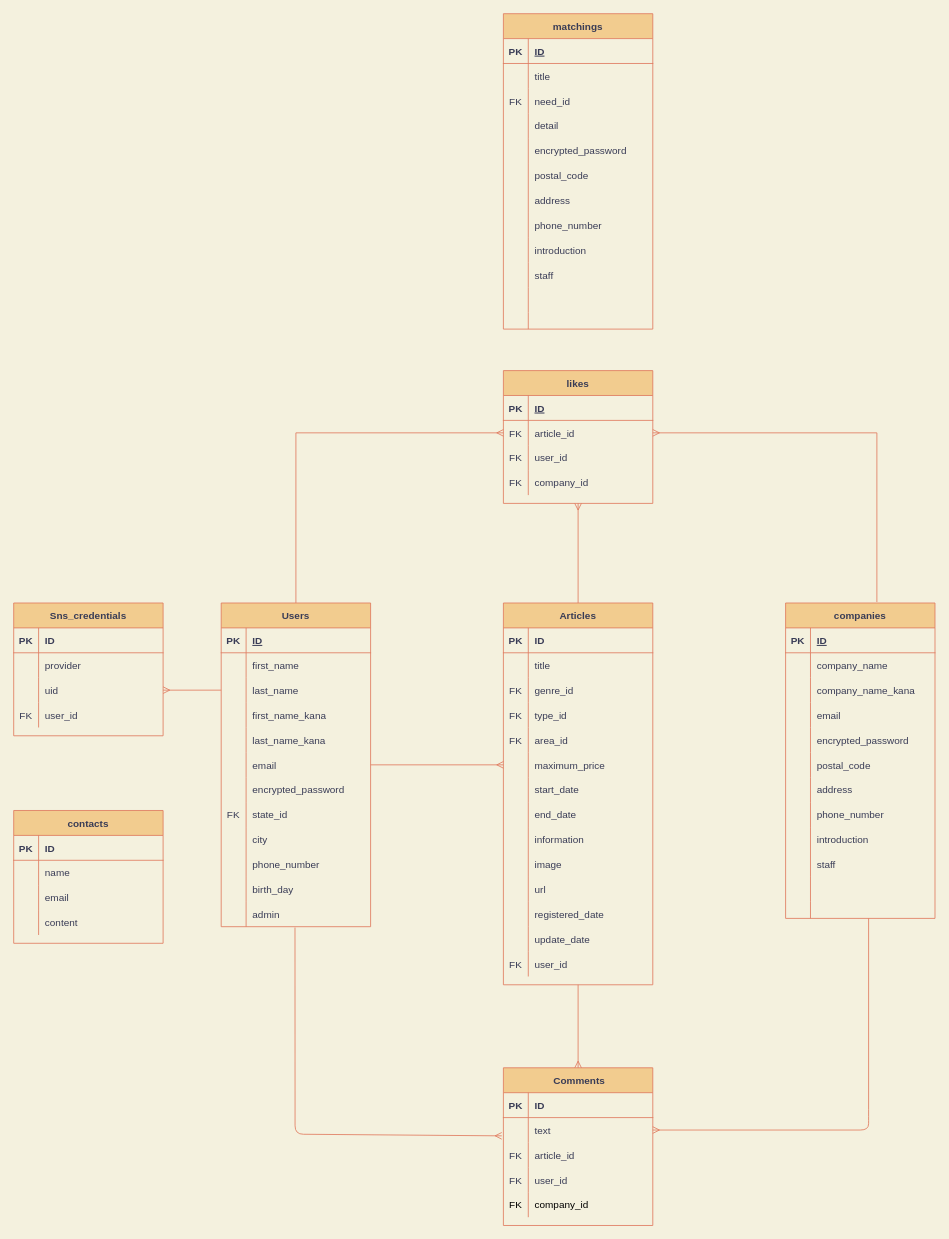
Before: assist.dio in daichi1002/assist, a draw.io diagram. Source tidied: cells renumbered, new cells numbered last; positions are measured from the earlier drawing's top-left corner, leaving out a move shared by most shapes. Both pictures are drawn from the tidied source at 83%, with x=0, y=0 at pixel (13, 13).
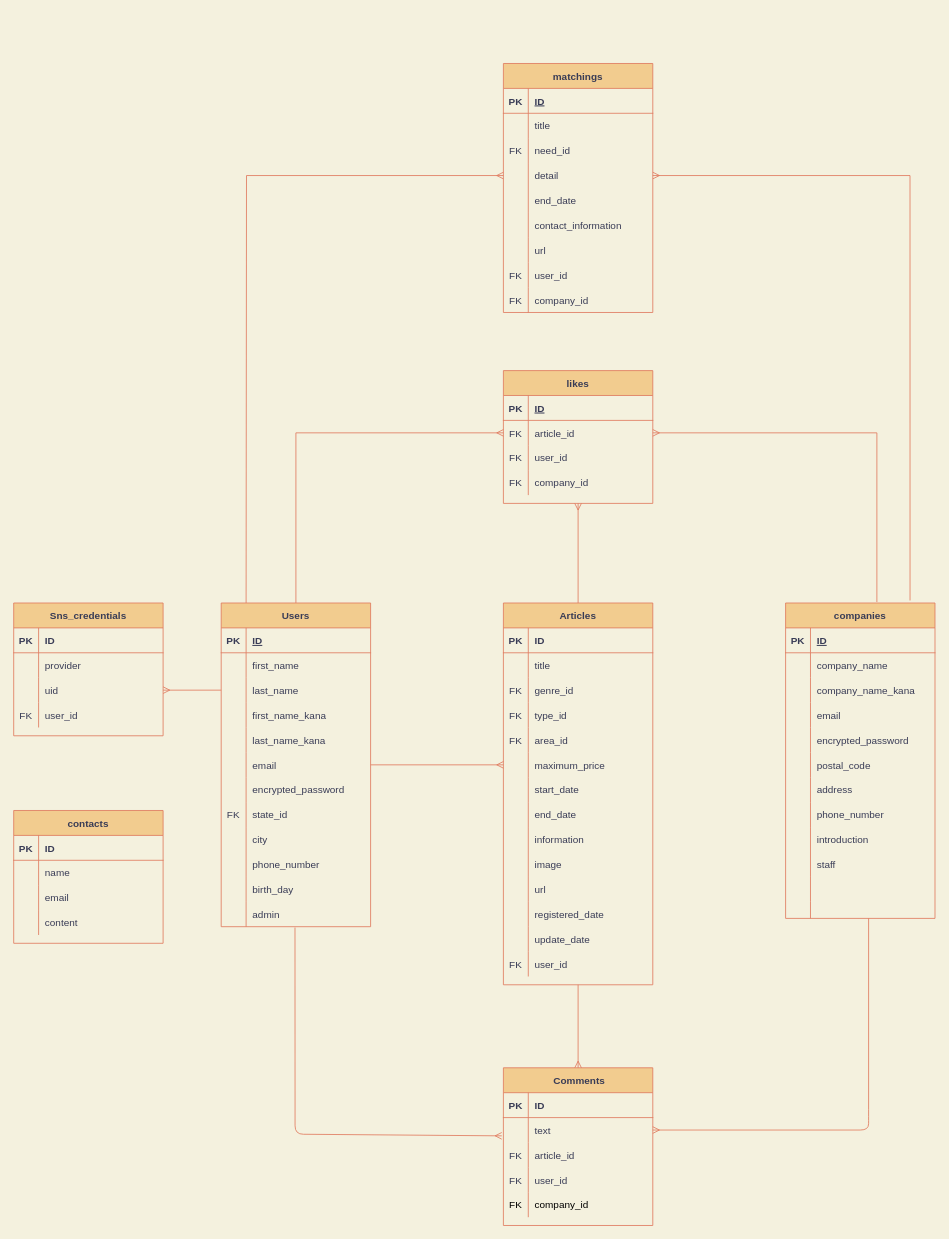
Above is the later version.

Unchanged cells that the change refers to:
```xml
<mxCell id="143" value="companies" style="shape=table;startSize=30;childLayout=tableLayout;rowLines=0;fontStyle=1;align=center;fillColor=#F2CC8F;strokeColor=#E07A5F;fontColor=#393C56;" parent="1" vertex="1">
  <mxGeometry x="930" y="710" width="180" height="380" as="geometry" />
</mxCell>
<mxCell id="192" style="shape=partialRectangle;fillColor=none;top=0;left=0;bottom=0;right=0;points=[[0,0.5],[1,0.5]];portConstraint=eastwest;strokeColor=#E07A5F;fontColor=#393C56;" parent="182" vertex="1">
  <mxGeometry y="120" width="180" height="30" as="geometry" />
</mxCell>
<mxCell id="195" style="shape=partialRectangle;fillColor=none;top=0;left=0;bottom=0;right=0;strokeColor=#E07A5F;fontColor=#393C56;" parent="182" vertex="1">
  <mxGeometry y="150" width="180" height="30" as="geometry" />
</mxCell>
<mxCell id="198" style="shape=partialRectangle;fillColor=none;top=0;left=0;bottom=0;right=0;strokeColor=#E07A5F;fontColor=#393C56;" parent="182" vertex="1">
  <mxGeometry y="180" width="180" height="30" as="geometry" />
</mxCell>
<mxCell id="201" style="shape=partialRectangle;fillColor=none;top=0;left=0;bottom=0;right=0;strokeColor=#E07A5F;fontColor=#393C56;" parent="182" vertex="1">
  <mxGeometry y="210" width="180" height="30" as="geometry" />
</mxCell>
<mxCell id="204" style="shape=partialRectangle;fillColor=none;top=0;left=0;bottom=0;right=0;strokeColor=#E07A5F;fontColor=#393C56;" parent="182" vertex="1">
  <mxGeometry y="240" width="180" height="30" as="geometry" />
</mxCell>
<mxCell id="207" style="shape=partialRectangle;fillColor=none;top=0;left=0;bottom=0;right=0;strokeColor=#E07A5F;fontColor=#393C56;" parent="182" vertex="1">
  <mxGeometry y="270" width="180" height="30" as="geometry" />
</mxCell>
```

The edit, as a diff of the source:
```diff
@@
     <mxCell id="182" value="matchings" style="shape=table;startSize=30;childLayout=tableLayout;rowLines=0;fontStyle=1;align=center;fillColor=#F2CC8F;strokeColor=#E07A5F;fontColor=#393C56;" parent="1" vertex="1">
-      <mxGeometry x="590" width="180" height="380" as="geometry" />
+      <mxGeometry x="590" y="60" width="180" height="300" as="geometry" />
     </mxCell>
@@
-    <mxCell id="197" value="encrypted_password" style="shape=partialRectangle;fillColor=none;top=0;left=0;bottom=0;right=0;align=left;spacingLeft=6;overflow=hidden;strokeColor=#E07A5F;fontColor=#393C56;" parent="195" vertex="1">
+    <mxCell id="197" value="end_date" style="shape=partialRectangle;fillColor=none;top=0;left=0;bottom=0;right=0;align=left;spacingLeft=6;overflow=hidden;strokeColor=#E07A5F;fontColor=#393C56;" parent="195" vertex="1">
       <mxGeometry x="30" width="150" height="30" as="geometry" />
     </mxCell>
@@
-    <mxCell id="200" value="postal_code" style="shape=partialRectangle;fillColor=none;top=0;left=0;bottom=0;right=0;align=left;spacingLeft=6;overflow=hidden;strokeColor=#E07A5F;fontColor=#393C56;" parent="198" vertex="1">
+    <mxCell id="200" value="contact_information" style="shape=partialRectangle;fillColor=none;top=0;left=0;bottom=0;right=0;align=left;spacingLeft=6;overflow=hidden;strokeColor=#E07A5F;fontColor=#393C56;" parent="198" vertex="1">
       <mxGeometry x="30" width="150" height="30" as="geometry" />
     </mxCell>
@@
-    <mxCell id="203" value="address" style="shape=partialRectangle;fillColor=none;top=0;left=0;bottom=0;right=0;align=left;spacingLeft=6;overflow=hidden;strokeColor=#E07A5F;fontColor=#393C56;" parent="201" vertex="1">
+    <mxCell id="203" value="url" style="shape=partialRectangle;fillColor=none;top=0;left=0;bottom=0;right=0;align=left;spacingLeft=6;overflow=hidden;strokeColor=#E07A5F;fontColor=#393C56;" parent="201" vertex="1">
       <mxGeometry x="30" width="150" height="30" as="geometry" />
     </mxCell>
@@
-    <mxCell id="205" style="shape=partialRectangle;fillColor=none;top=0;left=0;bottom=0;right=0;overflow=hidden;strokeColor=#E07A5F;fontColor=#393C56;" parent="204" vertex="1">
+    <mxCell id="205" value="FK" style="shape=partialRectangle;fillColor=none;top=0;left=0;bottom=0;right=0;overflow=hidden;strokeColor=#E07A5F;fontColor=#393C56;" parent="204" vertex="1">
       <mxGeometry width="30" height="30" as="geometry" />
     </mxCell>
-    <mxCell id="206" value="phone_number" style="shape=partialRectangle;fillColor=none;top=0;left=0;bottom=0;right=0;align=left;spacingLeft=6;overflow=hidden;strokeColor=#E07A5F;fontColor=#393C56;" parent="204" vertex="1">
+    <mxCell id="206" value="user_id" style="shape=partialRectangle;fillColor=none;top=0;left=0;bottom=0;right=0;align=left;spacingLeft=6;overflow=hidden;strokeColor=#E07A5F;fontColor=#393C56;" parent="204" vertex="1">
       <mxGeometry x="30" width="150" height="30" as="geometry" />
     </mxCell>
@@
-    <mxCell id="208" style="shape=partialRectangle;fillColor=none;top=0;left=0;bottom=0;right=0;overflow=hidden;strokeColor=#E07A5F;fontColor=#393C56;" parent="207" vertex="1">
+    <mxCell id="208" value="FK" style="shape=partialRectangle;fillColor=none;top=0;left=0;bottom=0;right=0;overflow=hidden;strokeColor=#E07A5F;fontColor=#393C56;" parent="207" vertex="1">
       <mxGeometry width="30" height="30" as="geometry" />
     </mxCell>
-    <mxCell id="209" value="introduction" style="shape=partialRectangle;fillColor=none;top=0;left=0;bottom=0;right=0;align=left;spacingLeft=6;overflow=hidden;strokeColor=#E07A5F;fontColor=#393C56;" parent="207" vertex="1">
+    <mxCell id="209" value="company_id" style="shape=partialRectangle;fillColor=none;top=0;left=0;bottom=0;right=0;align=left;spacingLeft=6;overflow=hidden;strokeColor=#E07A5F;fontColor=#393C56;" parent="207" vertex="1">
       <mxGeometry x="30" width="150" height="30" as="geometry" />
     </mxCell>
-    <mxCell id="210" style="shape=partialRectangle;fillColor=none;top=0;left=0;bottom=0;right=0;strokeColor=#E07A5F;fontColor=#393C56;" parent="182" vertex="1">
-      <mxGeometry y="300" width="180" height="30" as="geometry" />
-    </mxCell>
-    <mxCell id="211" style="shape=partialRectangle;fillColor=none;top=0;left=0;bottom=0;right=0;overflow=hidden;strokeColor=#E07A5F;fontColor=#393C56;" parent="210" vertex="1">
-      <mxGeometry width="30" height="30" as="geometry" />
-    </mxCell>
-    <mxCell id="212" value="staff" style="shape=partialRectangle;fillColor=none;top=0;left=0;bottom=0;right=0;align=left;spacingLeft=6;overflow=hidden;strokeColor=#E07A5F;fontColor=#393C56;" parent="210" vertex="1">
-      <mxGeometry x="30" width="150" height="30" as="geometry" />
-    </mxCell>
-    <mxCell id="213" style="shape=partialRectangle;fillColor=none;top=0;left=0;bottom=0;right=0;strokeColor=#E07A5F;fontColor=#393C56;" parent="182" vertex="1">
-      <mxGeometry y="330" width="180" height="30" as="geometry" />
-    </mxCell>
-    <mxCell id="214" style="shape=partialRectangle;fillColor=none;top=0;left=0;bottom=0;right=0;fontStyle=0;overflow=hidden;strokeColor=#E07A5F;fontColor=#393C56;" parent="213" vertex="1">
-      <mxGeometry width="30" height="30" as="geometry" />
-    </mxCell>
-    <mxCell id="215" style="shape=partialRectangle;fillColor=none;top=0;left=0;bottom=0;right=0;align=left;spacingLeft=6;fontStyle=0;overflow=hidden;strokeColor=#E07A5F;fontColor=#393C56;" parent="213" vertex="1">
-      <mxGeometry x="30" width="150" height="30" as="geometry" />
-    </mxCell>
-    <mxCell id="216" style="shape=partialRectangle;fillColor=none;top=0;left=0;bottom=0;right=0;strokeColor=#E07A5F;fontColor=#393C56;" parent="182" vertex="1">
-      <mxGeometry y="360" width="180" height="20" as="geometry" />
-    </mxCell>
-    <mxCell id="217" style="shape=partialRectangle;fillColor=none;top=0;left=0;bottom=0;right=0;fontStyle=0;overflow=hidden;strokeColor=#E07A5F;fontColor=#393C56;" parent="216" vertex="1">
-      <mxGeometry width="30" height="20" as="geometry" />
-    </mxCell>
-    <mxCell id="218" style="shape=partialRectangle;fillColor=none;top=0;left=0;bottom=0;right=0;align=left;spacingLeft=6;fontStyle=0;overflow=hidden;strokeColor=#E07A5F;fontColor=#393C56;" parent="216" vertex="1">
-      <mxGeometry x="30" width="150" height="20" as="geometry" />
-    </mxCell>
+    <mxCell id="219" style="edgeStyle=orthogonalEdgeStyle;rounded=0;jettySize=auto;html=1;entryX=0;entryY=0.5;entryDx=0;entryDy=0;startArrow=none;startFill=0;endArrow=ERmany;endFill=0;labelBackgroundColor=#F4F1DE;strokeColor=#E07A5F;fontColor=#393C56;" parent="1" edge="1" target="192">
+      <mxGeometry relative="1" as="geometry">
+        <mxPoint x="280" y="710" as="sourcePoint" />
+      </mxGeometry>
+    </mxCell>
+    <mxCell id="220" style="edgeStyle=orthogonalEdgeStyle;rounded=0;jettySize=auto;html=1;startArrow=none;startFill=0;endArrow=ERmany;endFill=0;labelBackgroundColor=#F4F1DE;strokeColor=#E07A5F;fontColor=#393C56;exitX=0.833;exitY=-0.008;exitDx=0;exitDy=0;exitPerimeter=0;entryX=1;entryY=0.5;entryDx=0;entryDy=0;" parent="1" edge="1" source="143" target="192">
+      <mxGeometry relative="1" as="geometry" />
+    </mxCell>
```
